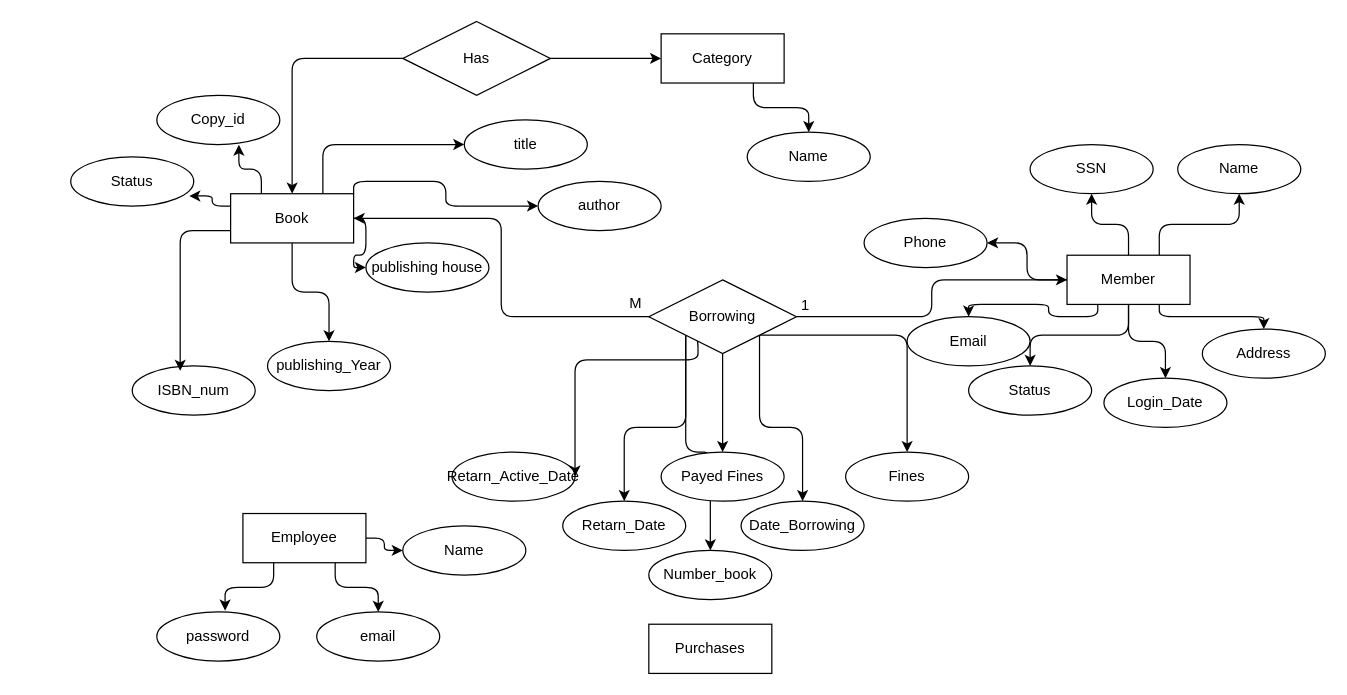
The draw.io diagram Library/library.drawio in ENG-BXI/DataBase-Design, before the edit. Source tidied: cells renumbered, new cells numbered last; positions are measured from the earlier drawing's top-left corner, leaving out a move shared by most shapes. Both pictures are drawn from the tidied source at 123%, with x=0, y=0 at pixel (70, 21).
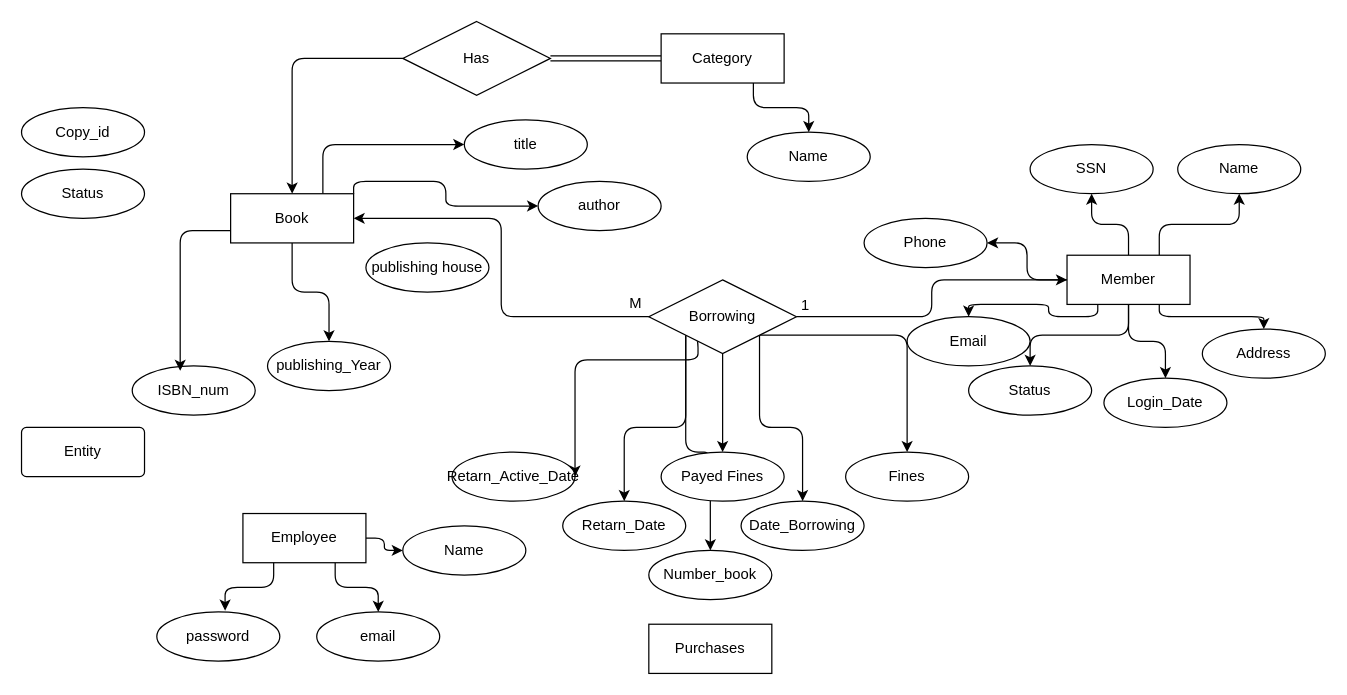
Above is the later version.

Commit message (it also covers changes not shown here):
add School Mangment ERD Postgress

The change refers to these unchanged cells:
```xml
<mxCell id="6" value="Book" style="whiteSpace=wrap;html=1;align=center;" parent="1" vertex="1">
  <mxGeometry x="130" y="140" width="100" height="40" as="geometry" />
</mxCell>
<mxCell id="9" value="publishing house" style="ellipse;whiteSpace=wrap;html=1;align=center;" parent="1" vertex="1">
  <mxGeometry x="240" y="180" width="100" height="40" as="geometry" />
</mxCell>
<mxCell id="14" value="Category" style="whiteSpace=wrap;html=1;align=center;" parent="1" vertex="1">
  <mxGeometry x="480" y="10" width="100" height="40" as="geometry" />
</mxCell>
<mxCell id="59" value="Has" style="shape=rhombus;perimeter=rhombusPerimeter;whiteSpace=wrap;html=1;align=center;" parent="1" vertex="1">
  <mxGeometry x="270" width="120" height="60" as="geometry" />
</mxCell>
```

What changed in the source:
```diff
@@
-    <mxCell id="3" style="edgeStyle=orthogonalEdgeStyle;html=1;entryX=0;entryY=0.5;entryDx=0;entryDy=0;" parent="1" edge="1" source="6" target="9">
-      <mxGeometry relative="1" as="geometry" />
-    </mxCell>
@@
+    <mxCell id="63" style="edgeStyle=none;html=1;exitX=0;exitY=0.5;exitDx=0;exitDy=0;shape=link;" parent="1" edge="1" source="14" target="59">
+      <mxGeometry relative="1" as="geometry" />
+    </mxCell>
@@
     <mxCell id="16" value="&lt;span style=&quot;color: rgb(0, 0, 0);&quot;&gt;Copy_id&lt;/span&gt;" style="ellipse;whiteSpace=wrap;html=1;align=center;" parent="1" vertex="1">
-      <mxGeometry x="70" y="60" width="100" height="40" as="geometry" />
+      <mxGeometry x="-40" y="70" width="100" height="40" as="geometry" />
     </mxCell>
-    <mxCell id="17" style="edgeStyle=orthogonalEdgeStyle;html=1;exitX=0.25;exitY=0;exitDx=0;exitDy=0;entryX=0.667;entryY=1.004;entryDx=0;entryDy=0;entryPerimeter=0;" parent="1" edge="1" source="6" target="16">
-      <mxGeometry relative="1" as="geometry" />
-    </mxCell>
     <mxCell id="18" value="&lt;span style=&quot;color: rgb(0, 0, 0);&quot;&gt;Status&lt;/span&gt;" style="ellipse;whiteSpace=wrap;html=1;align=center;" parent="1" vertex="1">
-      <mxGeometry y="110" width="100" height="40" as="geometry" />
+      <mxGeometry x="-40" y="120" width="100" height="40" as="geometry" />
     </mxCell>
-    <mxCell id="19" style="edgeStyle=orthogonalEdgeStyle;html=1;exitX=0;exitY=0.25;exitDx=0;exitDy=0;entryX=0.964;entryY=0.796;entryDx=0;entryDy=0;entryPerimeter=0;" parent="1" edge="1" source="6" target="18">
-      <mxGeometry relative="1" as="geometry" />
-    </mxCell>
@@
-    <mxCell id="58" style="edgeStyle=orthogonalEdgeStyle;html=1;" parent="1" edge="1" source="59" target="14">
-      <mxGeometry relative="1" as="geometry" />
-    </mxCell>
@@
+    <mxCell id="64" value="Entity" style="rounded=1;arcSize=10;whiteSpace=wrap;html=1;align=center;" parent="1" vertex="1">
+      <mxGeometry x="-40" y="330" width="100" height="40" as="geometry" />
+    </mxCell>
```
